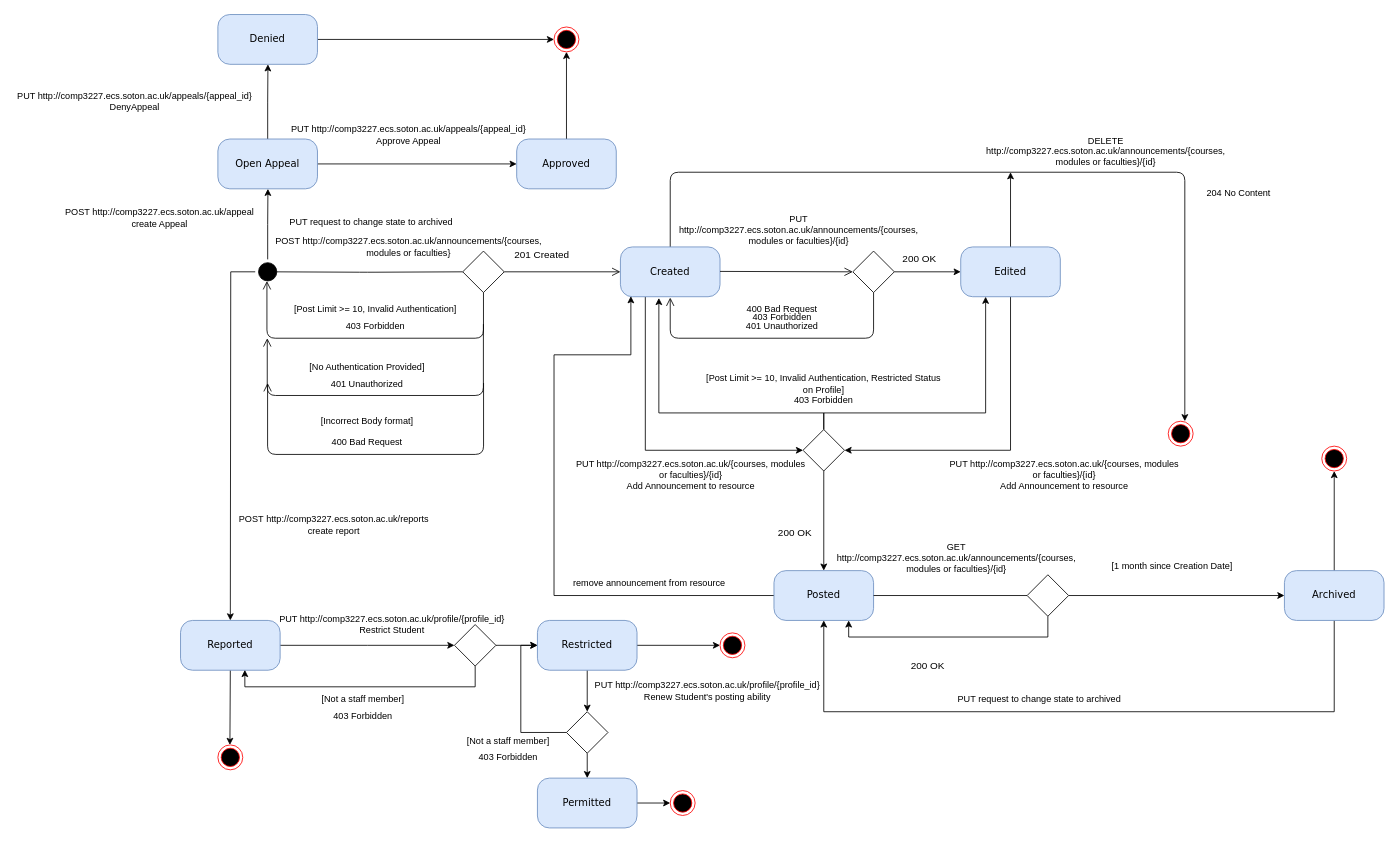
Above: State machine.drawio in hay1g21/RestAPI-Extension (draw.io), before the change. Source tidied: cells renumbered, new cells numbered last; positions are measured from the earlier drawing's top-left corner, leaving out a move shared by most shapes. Both pictures are drawn from the tidied source at 83%, with x=0, y=0 at pixel (14, 14).
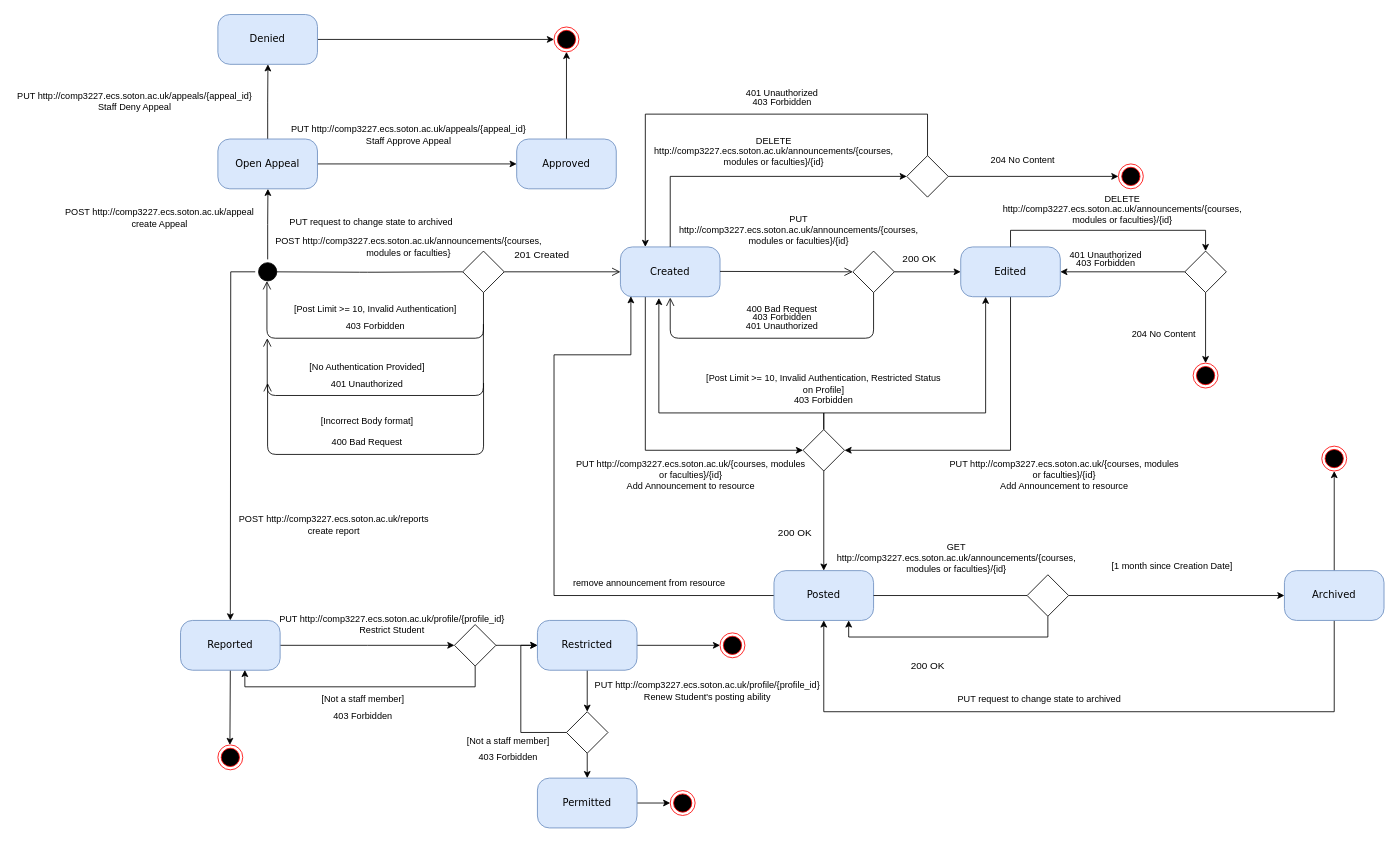
After the change.

Unchanged cells that the change refers to:
```xml
<mxCell id="7" value="Created" style="rounded=1;whiteSpace=wrap;html=1;arcSize=24;fillColor=#dae8fc;strokeColor=#6c8ebf;shadow=0;comic=0;labelBackgroundColor=none;fontFamily=Verdana;fontSize=12;align=center;" parent="1" vertex="1">
  <mxGeometry x="730" y="280" width="120" height="60" as="geometry" />
</mxCell>
<mxCell id="14" value="Edited" style="rounded=1;whiteSpace=wrap;html=1;arcSize=24;fillColor=#dae8fc;strokeColor=#6c8ebf;shadow=0;comic=0;labelBackgroundColor=none;fontFamily=Verdana;fontSize=12;align=center;" parent="1" vertex="1">
  <mxGeometry x="1140" y="280" width="120" height="60" as="geometry" />
</mxCell>
<mxCell id="72" value="Approved" style="rounded=1;whiteSpace=wrap;html=1;arcSize=24;fillColor=#dae8fc;strokeColor=#6c8ebf;shadow=0;comic=0;labelBackgroundColor=none;fontFamily=Verdana;fontSize=12;align=center;" parent="1" vertex="1">
  <mxGeometry x="605" y="150" width="120" height="60" as="geometry" />
</mxCell>
```

The edit, as a diff of the source:
```diff
@@
-    <mxCell id="5" style="edgeStyle=orthogonalEdgeStyle;rounded=1;jettySize=auto;html=1;exitX=0.5;exitY=0;exitDx=0;exitDy=0;" parent="1" edge="1" source="7">
-      <mxGeometry relative="1" as="geometry">
-        <mxPoint x="1410" y="490" as="targetPoint" />
-        <Array as="points">
-          <mxPoint x="790" y="190" />
-          <mxPoint x="1410" y="190" />
-        </Array>
-      </mxGeometry>
-    </mxCell>
@@
-    <mxCell id="12" style="edgeStyle=orthogonalEdgeStyle;rounded=0;jettySize=auto;html=1;exitX=0.5;exitY=0;exitDx=0;exitDy=0;" parent="1" edge="1" source="14">
-      <mxGeometry relative="1" as="geometry">
-        <mxPoint x="1200" y="190" as="targetPoint" />
-      </mxGeometry>
-    </mxCell>
@@
-    <mxCell id="39" style="ellipse;html=1;shape=endState;fillColor=#000000;strokeColor=#ff0000;" parent="1" vertex="1">
-      <mxGeometry x="1390" y="490" width="30" height="30" as="geometry" />
-    </mxCell>
     <mxCell id="40" value="DELETE http://comp3227.ecs.soton.ac.uk/announcements/{courses, modules or faculties}/{id}" style="text;html=1;strokeColor=none;fillColor=none;align=center;verticalAlign=middle;whiteSpace=wrap;rounded=0;fontSize=11;" parent="1" vertex="1">
-      <mxGeometry x="1170" y="150" width="290" height="30" as="geometry" />
+      <mxGeometry x="770" y="150" width="290" height="30" as="geometry" />
     </mxCell>
     <mxCell id="41" value="204 No Content" style="text;html=1;strokeColor=none;fillColor=none;align=center;verticalAlign=middle;whiteSpace=wrap;rounded=0;fontSize=11;" parent="1" vertex="1">
-      <mxGeometry x="1420" y="200" width="110" height="30" as="geometry" />
+      <mxGeometry x="1160" y="160" width="110" height="30" as="geometry" />
     </mxCell>
@@
+    <mxCell id="97" style="edgeStyle=orthogonalEdgeStyle;rounded=0;jettySize=auto;html=1;exitX=1;exitY=0.5;exitDx=0;exitDy=0;" parent="1" edge="1" source="72">
+      <mxGeometry relative="1" as="geometry">
+        <mxPoint x="725.2" y="180.3" as="targetPoint" />
+      </mxGeometry>
+    </mxCell>
@@
-    <mxCell id="76" value="PUT http://comp3227.ecs.soton.ac.uk/appeals/{appeal_id}&lt;br&gt;Approve Appeal" style="text;html=1;strokeColor=none;fillColor=none;align=center;verticalAlign=middle;whiteSpace=wrap;rounded=0;fontSize=11;" parent="1" vertex="1">
+    <mxCell id="76" value="PUT http://comp3227.ecs.soton.ac.uk/appeals/{appeal_id}&lt;br&gt;Staff Approve Appeal" style="text;html=1;strokeColor=none;fillColor=none;align=center;verticalAlign=middle;whiteSpace=wrap;rounded=0;fontSize=11;" parent="1" vertex="1">
       <mxGeometry x="330" y="130" width="290" height="30" as="geometry" />
     </mxCell>
-    <mxCell id="77" value="PUT http://comp3227.ecs.soton.ac.uk/appeals/{appeal_id}&lt;br&gt;DenyAppeal" style="text;html=1;strokeColor=none;fillColor=none;align=center;verticalAlign=middle;whiteSpace=wrap;rounded=0;fontSize=11;" parent="1" vertex="1">
+    <mxCell id="77" value="PUT http://comp3227.ecs.soton.ac.uk/appeals/{appeal_id}&lt;br&gt;Staff Deny Appeal" style="text;html=1;strokeColor=none;fillColor=none;align=center;verticalAlign=middle;whiteSpace=wrap;rounded=0;fontSize=11;" parent="1" vertex="1">
       <mxGeometry y="90" width="290" height="30" as="geometry" />
     </mxCell>
@@
+    <mxCell id="98" style="edgeStyle=orthogonalEdgeStyle;rounded=0;jettySize=auto;html=1;exitX=0.5;exitY=0;exitDx=0;exitDy=0;entryX=0.5;entryY=0;entryDx=0;entryDy=0;" parent="1" edge="1" source="14" target="101">
+      <mxGeometry relative="1" as="geometry" />
+    </mxCell>
+    <mxCell id="99" style="edgeStyle=orthogonalEdgeStyle;rounded=0;jettySize=auto;html=1;exitX=0;exitY=0.5;exitDx=0;exitDy=0;entryX=1;entryY=0.5;entryDx=0;entryDy=0;" parent="1" edge="1" source="101" target="14">
+      <mxGeometry relative="1" as="geometry" />
+    </mxCell>
+    <mxCell id="100" style="edgeStyle=orthogonalEdgeStyle;rounded=0;jettySize=auto;html=1;exitX=0.5;exitY=1;exitDx=0;exitDy=0;entryX=0.5;entryY=0;entryDx=0;entryDy=0;" parent="1" edge="1" source="101" target="109">
+      <mxGeometry relative="1" as="geometry" />
+    </mxCell>
+    <mxCell id="101" style="rhombus;whiteSpace=wrap;html=1;" parent="1" vertex="1">
+      <mxGeometry x="1410" y="285" width="50" height="50" as="geometry" />
+    </mxCell>
+    <mxCell id="102" style="ellipse;html=1;shape=endState;fillColor=#000000;strokeColor=#ff0000;" parent="1" vertex="1">
+      <mxGeometry x="1330" y="180" width="30" height="30" as="geometry" />
+    </mxCell>
+    <mxCell id="103" style="edgeStyle=orthogonalEdgeStyle;rounded=0;jettySize=auto;html=1;exitX=0.5;exitY=0;exitDx=0;exitDy=0;entryX=0;entryY=0.5;entryDx=0;entryDy=0;" parent="1" edge="1" source="7" target="106">
+      <mxGeometry relative="1" as="geometry" />
+    </mxCell>
+    <mxCell id="104" style="edgeStyle=orthogonalEdgeStyle;rounded=0;jettySize=auto;html=1;exitX=1;exitY=0.5;exitDx=0;exitDy=0;entryX=0;entryY=0.5;entryDx=0;entryDy=0;" parent="1" edge="1" source="106" target="102">
+      <mxGeometry relative="1" as="geometry" />
+    </mxCell>
+    <mxCell id="105" style="edgeStyle=orthogonalEdgeStyle;rounded=0;jettySize=auto;html=1;exitX=0.5;exitY=0;exitDx=0;exitDy=0;entryX=0.25;entryY=0;entryDx=0;entryDy=0;" parent="1" edge="1" source="106" target="7">
+      <mxGeometry relative="1" as="geometry">
+        <Array as="points">
+          <mxPoint x="1100" y="120" />
+          <mxPoint x="760" y="120" />
+        </Array>
+      </mxGeometry>
+    </mxCell>
+    <mxCell id="106" style="rhombus;whiteSpace=wrap;html=1;" parent="1" vertex="1">
+      <mxGeometry x="1075" y="170" width="50" height="50" as="geometry" />
+    </mxCell>
+    <mxCell id="107" value="401 Unauthorized" style="text;html=1;strokeColor=none;fillColor=none;align=center;verticalAlign=middle;whiteSpace=wrap;rounded=0;fontSize=11;" parent="1" vertex="1">
+      <mxGeometry x="870" y="80" width="110" height="30" as="geometry" />
+    </mxCell>
+    <mxCell id="108" value="403 Forbidden" style="text;html=1;strokeColor=none;fillColor=none;align=center;verticalAlign=middle;whiteSpace=wrap;rounded=0;fontSize=11;" parent="1" vertex="1">
+      <mxGeometry x="870" y="90" width="110" height="30" as="geometry" />
+    </mxCell>
+    <mxCell id="109" style="ellipse;html=1;shape=endState;fillColor=#000000;strokeColor=#ff0000;" parent="1" vertex="1">
+      <mxGeometry x="1420" y="420" width="30" height="30" as="geometry" />
+    </mxCell>
+    <mxCell id="110" value="204 No Content" style="text;html=1;strokeColor=none;fillColor=none;align=center;verticalAlign=middle;whiteSpace=wrap;rounded=0;fontSize=11;" parent="1" vertex="1">
+      <mxGeometry x="1330" y="370" width="110" height="30" as="geometry" />
+    </mxCell>
+    <mxCell id="111" value="DELETE http://comp3227.ecs.soton.ac.uk/announcements/{courses, modules or faculties}/{id}" style="text;html=1;strokeColor=none;fillColor=none;align=center;verticalAlign=middle;whiteSpace=wrap;rounded=0;fontSize=11;" parent="1" vertex="1">
+      <mxGeometry x="1190" y="220" width="290" height="30" as="geometry" />
+    </mxCell>
+    <mxCell id="112" value="401 Unauthorized" style="text;html=1;strokeColor=none;fillColor=none;align=center;verticalAlign=middle;whiteSpace=wrap;rounded=0;fontSize=11;" parent="1" vertex="1">
+      <mxGeometry x="1260" y="275" width="110" height="30" as="geometry" />
+    </mxCell>
+    <mxCell id="113" value="403 Forbidden" style="text;html=1;strokeColor=none;fillColor=none;align=center;verticalAlign=middle;whiteSpace=wrap;rounded=0;fontSize=11;" parent="1" vertex="1">
+      <mxGeometry x="1260" y="285" width="110" height="30" as="geometry" />
+    </mxCell>
```
